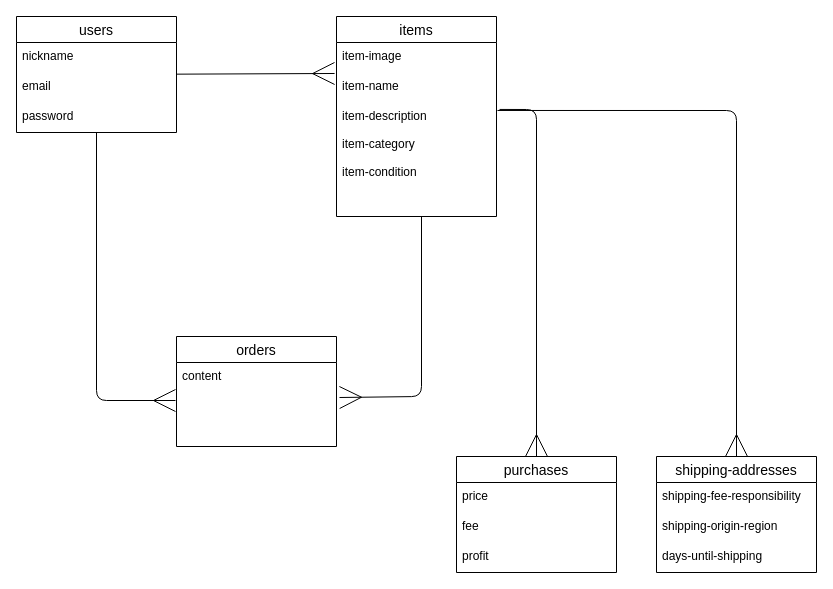
Above: test.dio in user-onion-japan-1919/furima-41924 (draw.io), before the change. Source tidied: cells renumbered, new cells numbered last; positions are measured from the earlier drawing's top-left corner, leaving out a move shared by most shapes. Both pictures are drawn from the tidied source at 100%, with x=0, y=0 at pixel (16, 16).
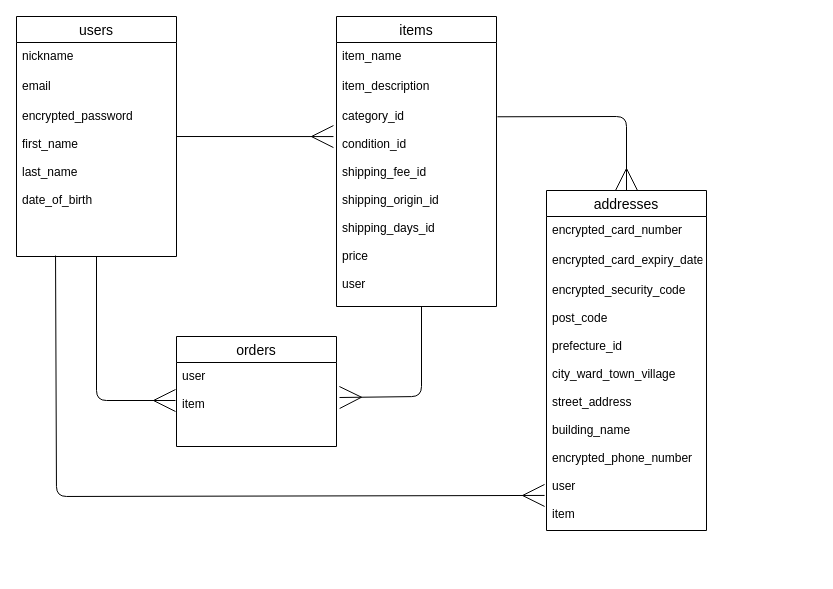
The same page after the edit.

Unchanged cells that the change refers to:
```xml
<mxCell id="15" value="orders" style="swimlane;fontStyle=0;horizontal=1;startSize=26;align=center;fontSize=14;" parent="1" vertex="1">
  <mxGeometry x="160" y="320" width="160" height="110" as="geometry" />
</mxCell>
```

Diff of the diagram source:
```diff
@@
-    <mxCell id="2" style="edgeStyle=none;html=1;entryX=-0.012;entryY=0.033;entryDx=0;entryDy=0;entryPerimeter=0;endArrow=ERmany;endFill=0;strokeWidth=1;endSize=20;" parent="1" edge="1" source="4" target="13">
+    <mxCell id="2" style="edgeStyle=none;html=1;entryX=-0.019;entryY=0.167;entryDx=0;entryDy=0;entryPerimeter=0;endArrow=ERmany;endFill=0;strokeWidth=1;endSize=20;" parent="1" edge="1" source="4" target="14">
       <mxGeometry relative="1" as="geometry" />
     </mxCell>
@@
+    <mxCell id="25" style="edgeStyle=none;html=1;entryX=-0.012;entryY=0.862;entryDx=0;entryDy=0;entryPerimeter=0;strokeWidth=1;endArrow=ERmany;endFill=0;startSize=26;endSize=20;exitX=0.244;exitY=0.994;exitDx=0;exitDy=0;exitPerimeter=0;" parent="1" edge="1" source="7" target="24">
+      <mxGeometry relative="1" as="geometry">
+        <Array as="points">
+          <mxPoint x="40" y="480" />
+        </Array>
+      </mxGeometry>
+    </mxCell>
     <mxCell id="4" value="users" style="swimlane;fontStyle=0;horizontal=1;startSize=26;align=center;fontSize=14;" parent="1" vertex="1">
-      <mxGeometry width="160" height="116" as="geometry" />
+      <mxGeometry width="160" height="240" as="geometry" />
     </mxCell>
@@
-    <mxCell id="7" value="password" style="text;strokeColor=none;fillColor=none;spacingLeft=4;spacingRight=4;overflow=hidden;points=[[0,0.5],[1,0.5]];portConstraint=eastwest;fontSize=12;" parent="4" vertex="1">
-      <mxGeometry y="86" width="160" height="30" as="geometry" />
+    <mxCell id="7" value="encrypted_password&#10;&#10;first_name&#10;&#10;last_name&#10;&#10;date_of_birth" style="text;strokeColor=none;fillColor=none;spacingLeft=4;spacingRight=4;overflow=hidden;points=[[0,0.5],[1,0.5]];portConstraint=eastwest;fontSize=12;" parent="4" vertex="1">
+      <mxGeometry y="86" width="160" height="154" as="geometry" />
     </mxCell>
     <mxCell id="8" style="edgeStyle=none;html=1;strokeWidth=1;endArrow=ERmany;endFill=0;endSize=20;entryX=1.019;entryY=0.167;entryDx=0;entryDy=0;entryPerimeter=0;" parent="1" edge="1">
       <mxGeometry relative="1" as="geometry">
-        <mxPoint x="405" y="200" as="sourcePoint" />
+        <mxPoint x="405" y="290" as="sourcePoint" />
         <mxPoint x="323" y="381" as="targetPoint" />
         <Array as="points">
           <mxPoint x="405" y="380" />
         </Array>
       </mxGeometry>
     </mxCell>
-    <mxCell id="9" style="edgeStyle=none;html=1;entryX=0.5;entryY=0;entryDx=0;entryDy=0;strokeWidth=1;endArrow=ERmany;endFill=0;startSize=26;endSize=20;exitX=1.019;exitY=0.061;exitDx=0;exitDy=0;exitPerimeter=0;" parent="1" edge="1" source="14" target="17">
-      <mxGeometry relative="1" as="geometry">
-        <Array as="points">
-          <mxPoint x="520" y="93" />
-        </Array>
-      </mxGeometry>
-    </mxCell>
     <mxCell id="10" style="edgeStyle=none;html=1;entryX=0.5;entryY=0;entryDx=0;entryDy=0;strokeWidth=1;endArrow=ERmany;endFill=0;startSize=26;endSize=20;exitX=1.006;exitY=0.07;exitDx=0;exitDy=0;exitPerimeter=0;" parent="1" edge="1" source="14" target="21">
       <mxGeometry relative="1" as="geometry">
         <Array as="points">
-          <mxPoint x="720" y="94" />
+          <mxPoint x="610" y="100" />
         </Array>
       </mxGeometry>
     </mxCell>
     <mxCell id="11" value="items" style="swimlane;fontStyle=0;horizontal=1;startSize=26;align=center;fontSize=14;rotation=0;arcSize=15;" parent="1" vertex="1">
-      <mxGeometry x="320" width="160" height="200" as="geometry" />
+      <mxGeometry x="320" width="160" height="290" as="geometry" />
     </mxCell>
-    <mxCell id="12" value="item-image" style="text;strokeColor=none;fillColor=none;spacingLeft=4;spacingRight=4;overflow=hidden;fontSize=12;" parent="11" vertex="1">
+    <mxCell id="12" value="item_name" style="text;strokeColor=none;fillColor=none;spacingLeft=4;spacingRight=4;overflow=hidden;fontSize=12;" parent="11" vertex="1">
       <mxGeometry y="26" width="160" height="30" as="geometry" />
     </mxCell>
-    <mxCell id="13" value="item-name" style="text;strokeColor=none;fillColor=none;spacingLeft=4;spacingRight=4;overflow=hidden;points=[[0,0.5],[1,0.5]];portConstraint=eastwest;fontSize=12;" parent="11" vertex="1">
+    <mxCell id="13" value="item_description" style="text;strokeColor=none;fillColor=none;spacingLeft=4;spacingRight=4;overflow=hidden;points=[[0,0.5],[1,0.5]];portConstraint=eastwest;fontSize=12;" parent="11" vertex="1">
       <mxGeometry y="56" width="160" height="30" as="geometry" />
     </mxCell>
-    <mxCell id="14" value="item-description&#10;&#10;item-category&#10;&#10;item-condition" style="text;strokeColor=none;fillColor=none;spacingLeft=4;spacingRight=4;overflow=hidden;points=[[0,0.5],[1,0.5]];portConstraint=eastwest;fontSize=12;arcSize=24;" parent="11" vertex="1">
-      <mxGeometry y="86" width="160" height="114" as="geometry" />
+    <mxCell id="14" value="category_id&#10;&#10;condition_id&#10;&#10;shipping_fee_id&#10;&#10;shipping_origin_id&#10;&#10;shipping_days_id&#10;&#10;price&#10;&#10;user&#10;&#10;" style="text;strokeColor=none;fillColor=none;spacingLeft=4;spacingRight=4;overflow=hidden;points=[[0,0.5],[1,0.5]];portConstraint=eastwest;fontSize=12;arcSize=24;" parent="11" vertex="1">
+      <mxGeometry y="86" width="160" height="204" as="geometry" />
     </mxCell>
@@
-    <mxCell id="16" value="content" style="text;strokeColor=none;fillColor=none;spacingLeft=4;spacingRight=4;overflow=hidden;fontSize=12;" parent="15" vertex="1">
+    <mxCell id="16" value="user&#10;&#10;item" style="text;strokeColor=none;fillColor=none;spacingLeft=4;spacingRight=4;overflow=hidden;fontSize=12;" parent="15" vertex="1">
       <mxGeometry y="26" width="160" height="84" as="geometry" />
     </mxCell>
-    <mxCell id="17" value="purchases" style="swimlane;fontStyle=0;horizontal=1;startSize=26;align=center;fontSize=14;" parent="1" vertex="1">
-      <mxGeometry x="440" y="440" width="160" height="116" as="geometry" />
-    </mxCell>
-    <mxCell id="18" value="price" style="text;strokeColor=none;fillColor=none;spacingLeft=4;spacingRight=4;overflow=hidden;fontSize=12;" parent="17" vertex="1">
-      <mxGeometry y="26" width="160" height="30" as="geometry" />
-    </mxCell>
-    <mxCell id="19" value="fee" style="text;strokeColor=none;fillColor=none;spacingLeft=4;spacingRight=4;overflow=hidden;fontSize=12;" parent="17" vertex="1">
-      <mxGeometry y="56" width="160" height="30" as="geometry" />
-    </mxCell>
-    <mxCell id="20" value="profit" style="text;strokeColor=none;fillColor=none;spacingLeft=4;spacingRight=4;overflow=hidden;fontSize=12;" parent="17" vertex="1">
-      <mxGeometry y="86" width="160" height="30" as="geometry" />
-    </mxCell>
-    <mxCell id="21" value="shipping-addresses" style="swimlane;fontStyle=0;horizontal=1;startSize=26;align=center;fontSize=14;" parent="1" vertex="1">
-      <mxGeometry x="640" y="440" width="160" height="116" as="geometry" />
+    <mxCell id="21" value="addresses" style="swimlane;fontStyle=0;horizontal=1;startSize=26;align=center;fontSize=14;" parent="1" vertex="1">
+      <mxGeometry x="530" y="174" width="160" height="340" as="geometry" />
     </mxCell>
-    <mxCell id="22" value="shipping-fee-responsibility" style="text;strokeColor=none;fillColor=none;spacingLeft=4;spacingRight=4;overflow=hidden;fontSize=12;" parent="21" vertex="1">
+    <mxCell id="22" value="encrypted_card_number" style="text;strokeColor=none;fillColor=none;spacingLeft=4;spacingRight=4;overflow=hidden;fontSize=12;" parent="21" vertex="1">
       <mxGeometry y="26" width="160" height="30" as="geometry" />
     </mxCell>
-    <mxCell id="23" value="shipping-origin-region" style="text;strokeColor=none;fillColor=none;spacingLeft=4;spacingRight=4;overflow=hidden;fontSize=12;" parent="21" vertex="1">
+    <mxCell id="23" value="encrypted_card_expiry_date" style="text;strokeColor=none;fillColor=none;spacingLeft=4;spacingRight=4;overflow=hidden;fontSize=12;" parent="21" vertex="1">
       <mxGeometry y="56" width="160" height="30" as="geometry" />
     </mxCell>
-    <mxCell id="24" value="days-until-shipping" style="text;strokeColor=none;fillColor=none;spacingLeft=4;spacingRight=4;overflow=hidden;points=[[0,0.5],[1,0.5]];portConstraint=eastwest;fontSize=12;" parent="21" vertex="1">
-      <mxGeometry y="86" width="160" height="30" as="geometry" />
+    <mxCell id="24" value="encrypted_security_code&#10;&#10;post_code&#10;&#10;prefecture_id&#10;&#10;city_ward_town_village&#10;&#10;street_address&#10;&#10;building_name&#10;&#10;encrypted_phone_number&#10;&#10;user&#10;&#10;item" style="text;strokeColor=none;fillColor=none;spacingLeft=4;spacingRight=4;overflow=hidden;points=[[0,0.5],[1,0.5]];portConstraint=eastwest;fontSize=12;" parent="21" vertex="1">
+      <mxGeometry y="86" width="160" height="254" as="geometry" />
     </mxCell>
```
